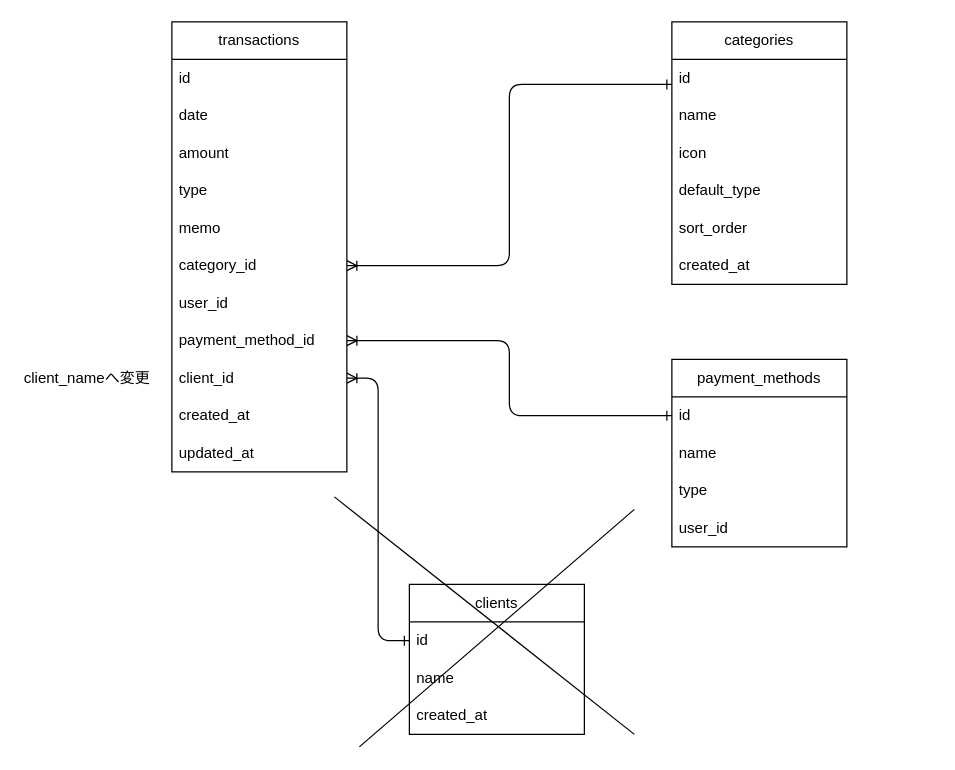
ruu2023/kaikei keeps this draw.io diagram as er.drawio. Above is the earlier version. Source tidied: cells renumbered, new cells numbered last; positions are measured from the earlier drawing's top-left corner, leaving out a move shared by most shapes. Both pictures are drawn from the tidied source at 125%, with x=0, y=0 at pixel (21, 21).
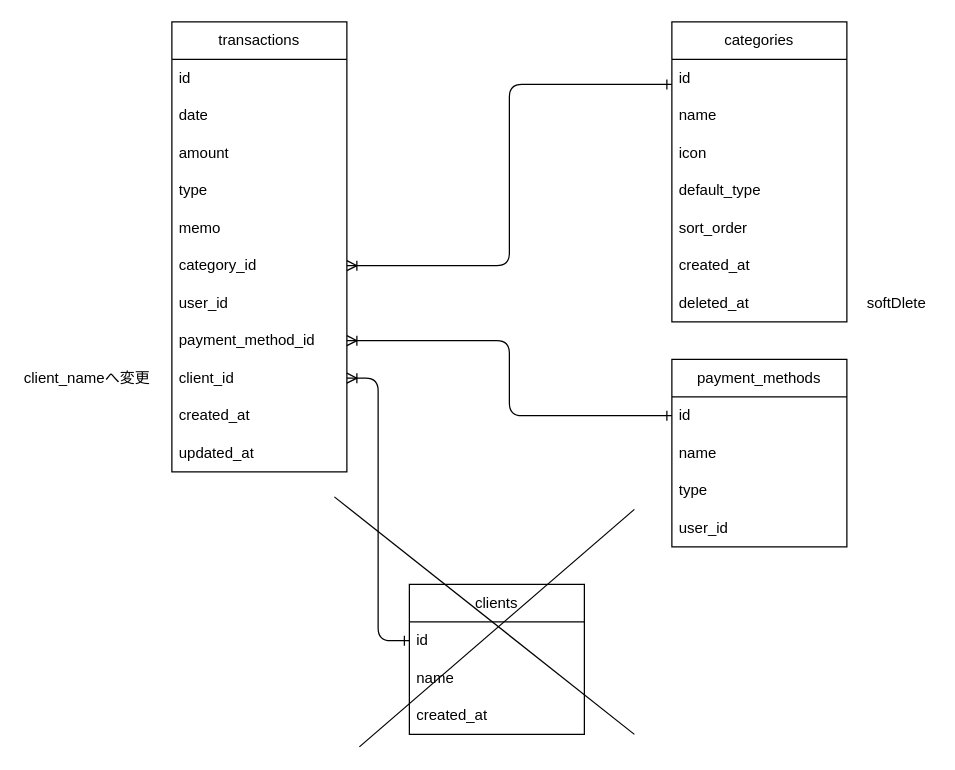
The same page after the edit.

Commit message (it also covers changes not shown here):
feat(request): form request ,fix controller return back and fix er

The edit, as a diff of the source:
```diff
@@
     <mxCell id="15" value="categories" style="swimlane;fontStyle=0;horizontal=1;startSize=30;whiteSpace=wrap;html=1;" parent="1" vertex="1">
-      <mxGeometry x="520" width="140" height="210" as="geometry" />
+      <mxGeometry x="520" width="140" height="240" as="geometry" />
     </mxCell>
@@
+    <mxCell id="37" value="deleted_at" style="text;strokeColor=none;fillColor=none;align=left;verticalAlign=middle;spacingLeft=4;spacingRight=4;overflow=hidden;whiteSpace=wrap;html=1;" parent="15" vertex="1">
+      <mxGeometry y="210" width="140" height="30" as="geometry" />
+    </mxCell>
@@
+    <mxCell id="38" value="softDlete" style="text;html=1;align=center;verticalAlign=middle;whiteSpace=wrap;rounded=0;" parent="1" vertex="1">
+      <mxGeometry x="670" y="210" width="60" height="30" as="geometry" />
+    </mxCell>
```
